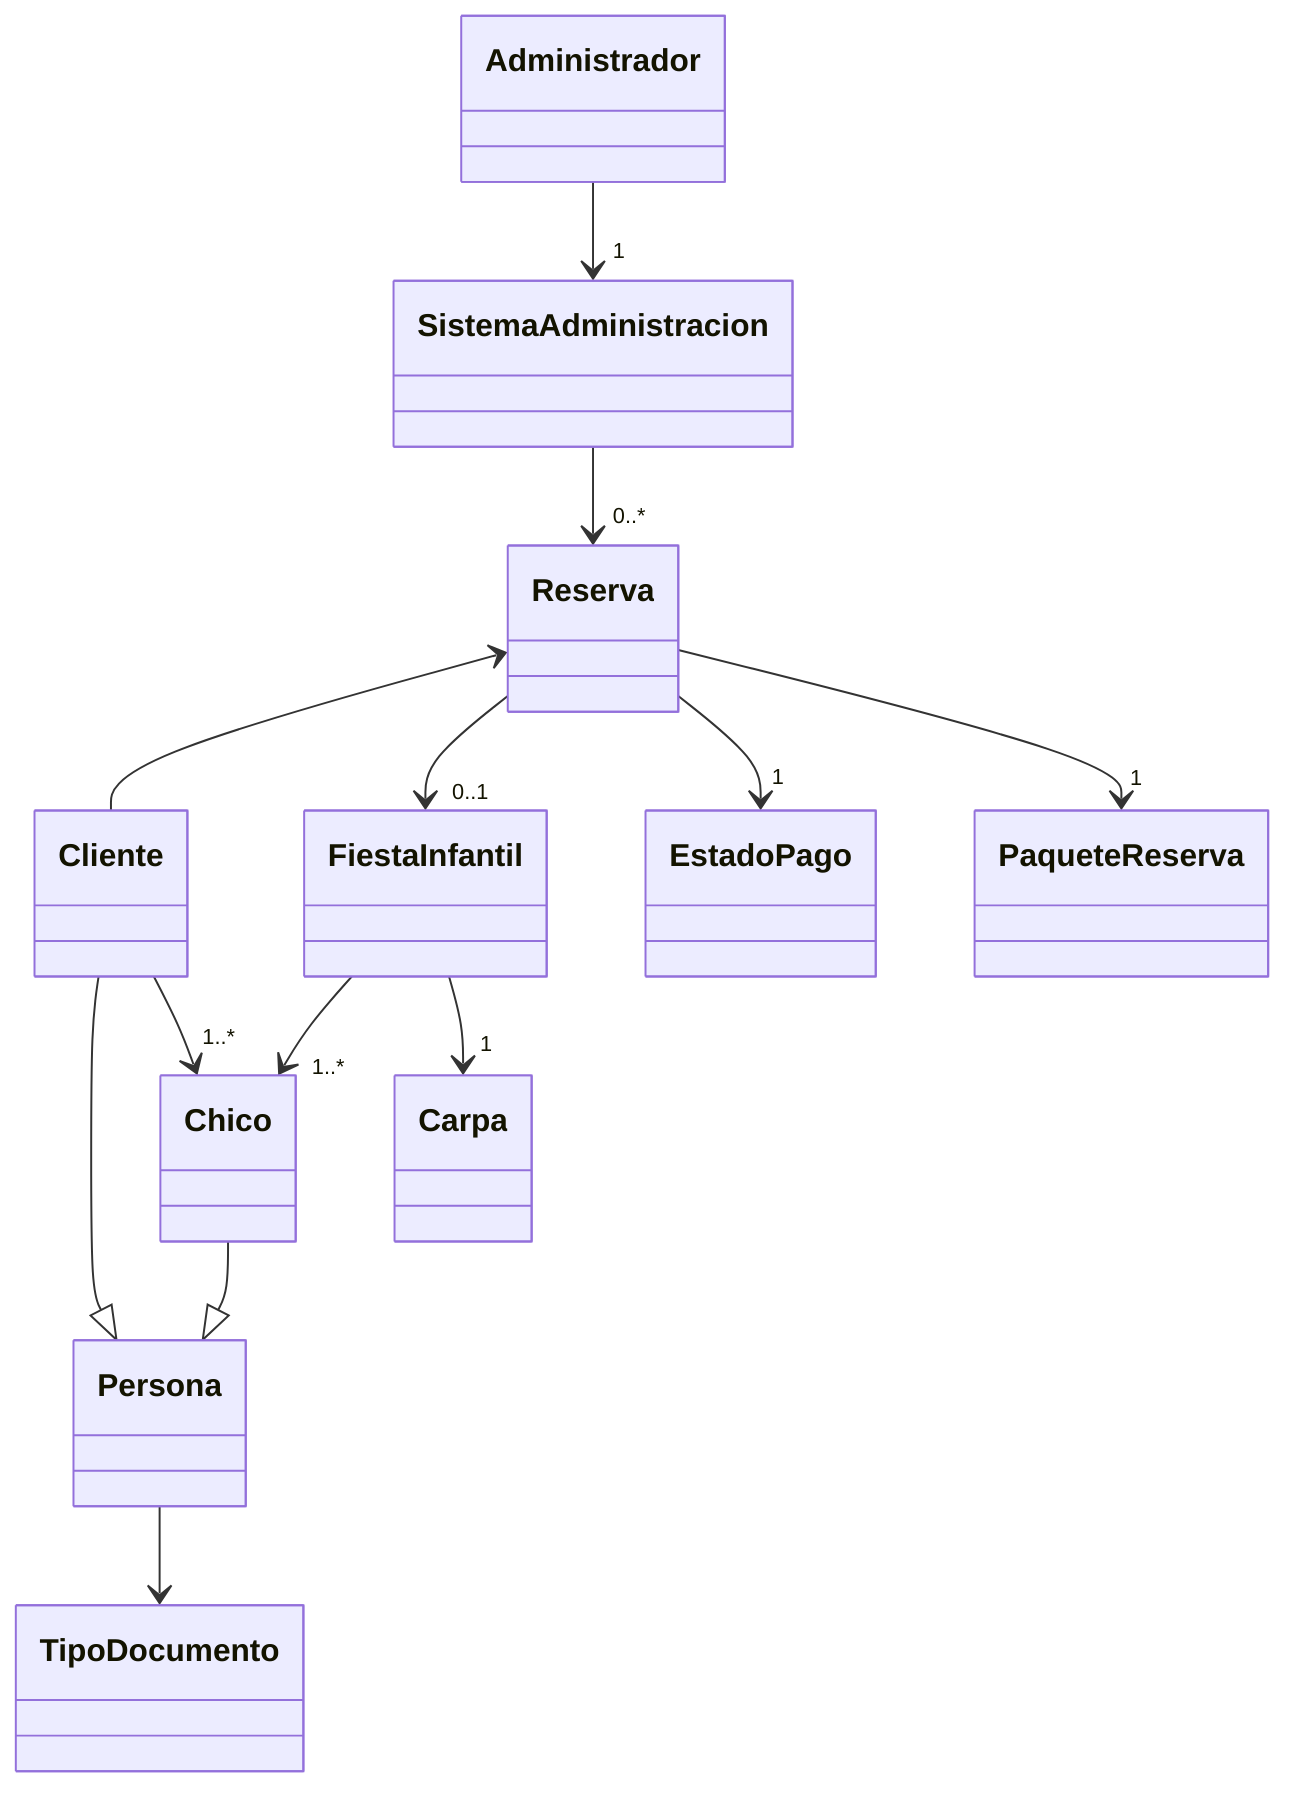
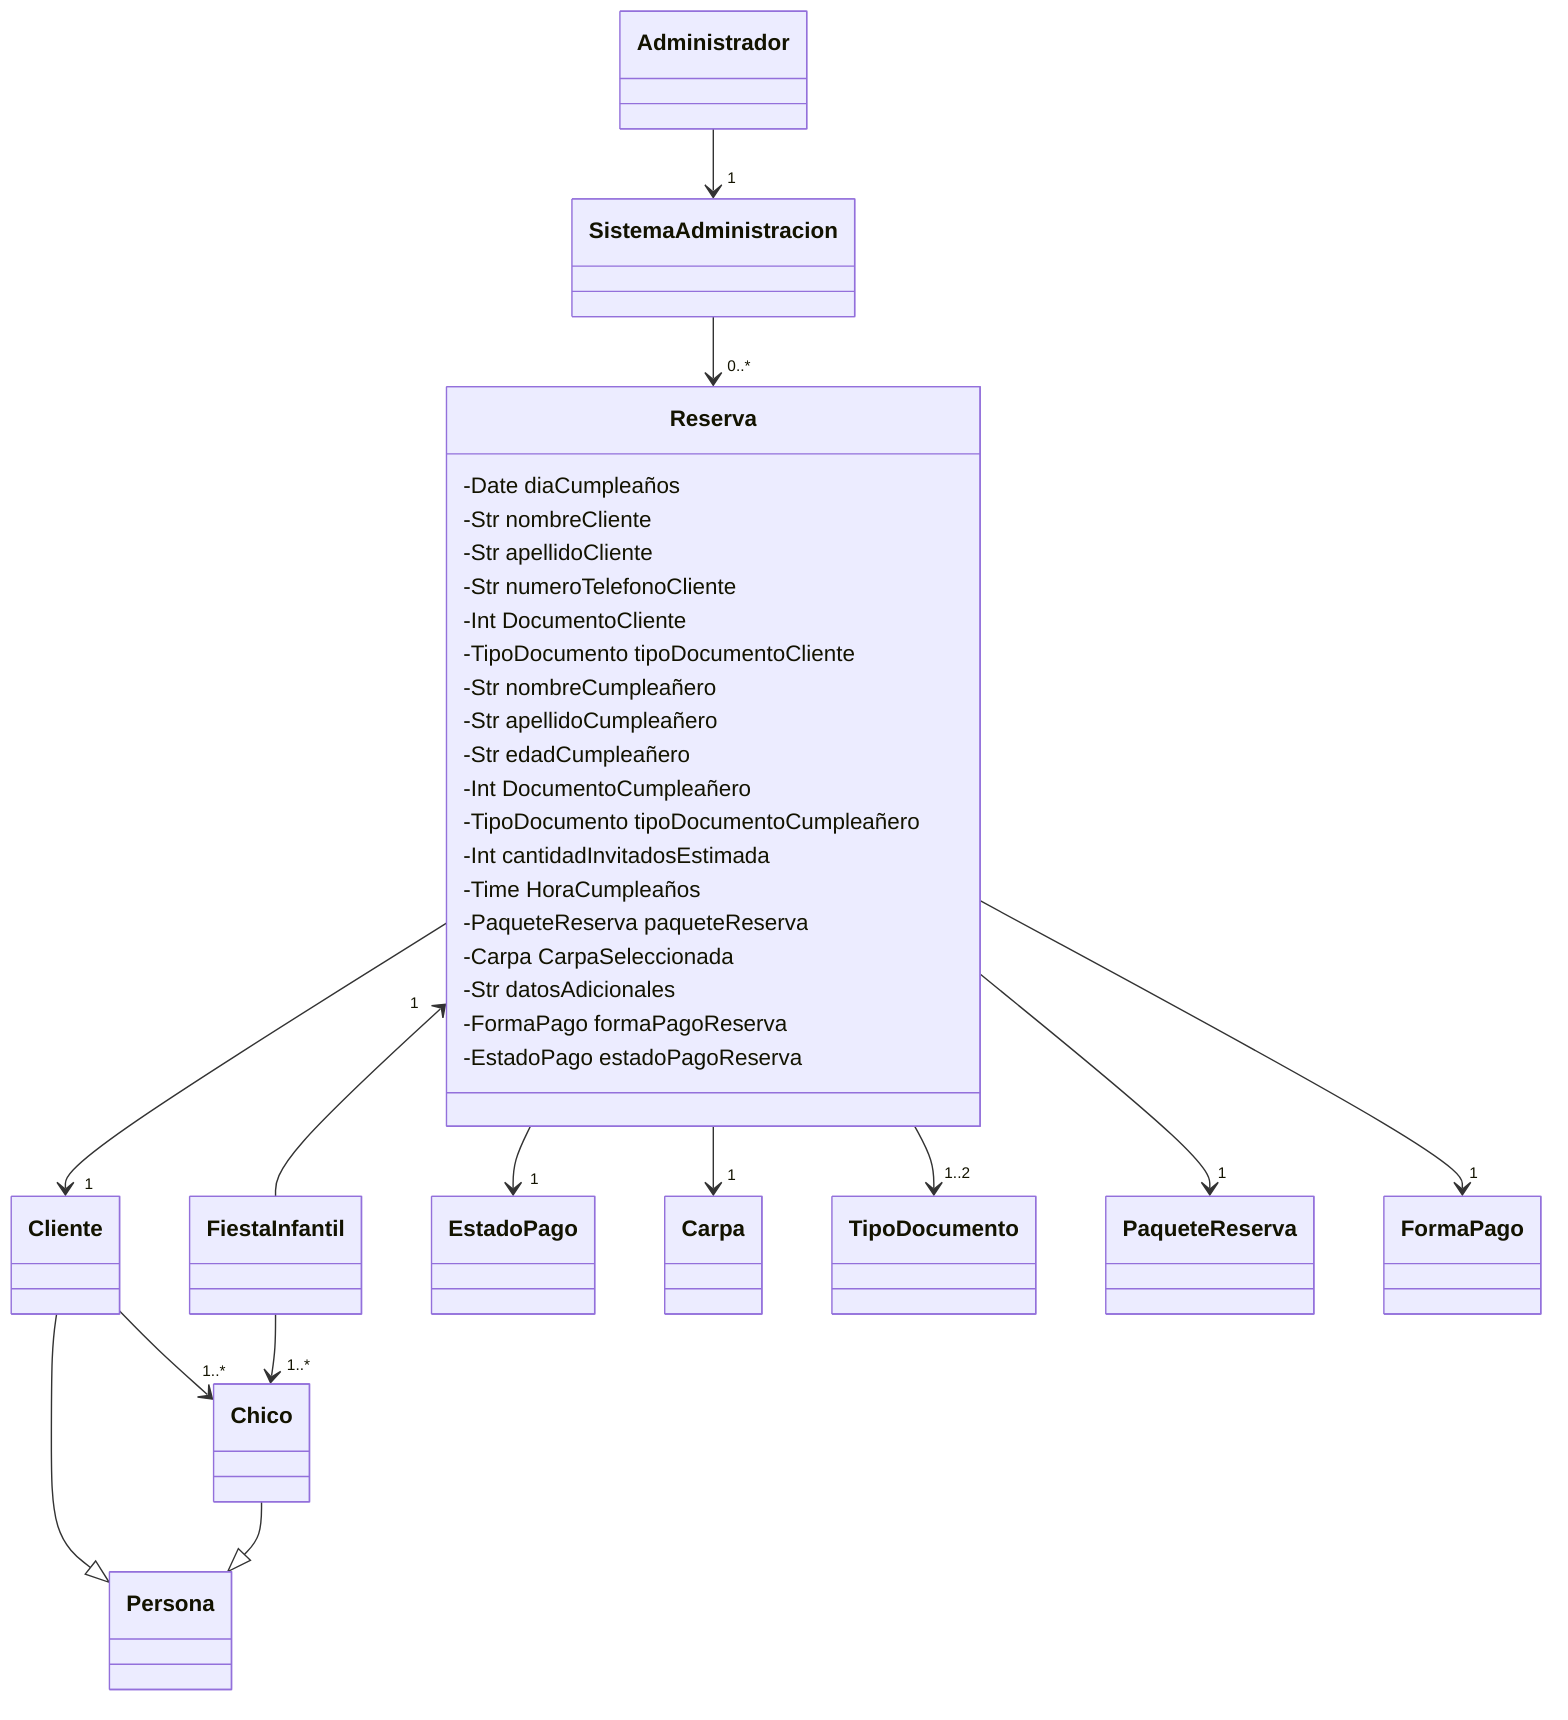
classDiagram

-     Reserva <-- Cliente
+     Reserva -->"1" Cliente
    SistemaAdministracion -->"0..*" Reserva
    Administrador -->"1" SistemaAdministracion
    Cliente --|> Persona
    Cliente -->"1..*" Chico
-     Reserva -->"0..1"FiestaInfantil
+     Reserva "1"<--FiestaInfantil
    Reserva -->"1" EstadoPago
    FiestaInfantil -->"1..*" Chico
-     FiestaInfantil -->"1" Carpa
-     Persona --> TipoDocumento
+     Reserva -->"1" Carpa
+     Reserva -->"1..2" TipoDocumento
    Chico --|> Persona
    Reserva -->"1" PaqueteReserva
-     class Reserva
+     Reserva -->"1" FormaPago
+     class Reserva {
+         -Date diaCumpleaños
+         -Str nombreCliente
+         -Str apellidoCliente
+         -Str numeroTelefonoCliente
+         -Int DocumentoCliente
+         -TipoDocumento tipoDocumentoCliente
+         -Str nombreCumpleañero
+         -Str apellidoCumpleañero
+         -Str edadCumpleañero
+         -Int DocumentoCumpleañero
+         -TipoDocumento tipoDocumentoCumpleañero
+         -Int cantidadInvitadosEstimada
+         -Time HoraCumpleaños
+         -PaqueteReserva paqueteReserva
+         -Carpa CarpaSeleccionada
+         -Str datosAdicionales
+         -FormaPago formaPagoReserva
+         -EstadoPago estadoPagoReserva
+     }
    class Cliente
    class Persona
    class Carpa
    class Administrador
    class EstadoPago
    class PaqueteReserva
    class TipoDocumento
    class FiestaInfantil
    class Chico
    class SistemaAdministracion
+     class FormaPago
